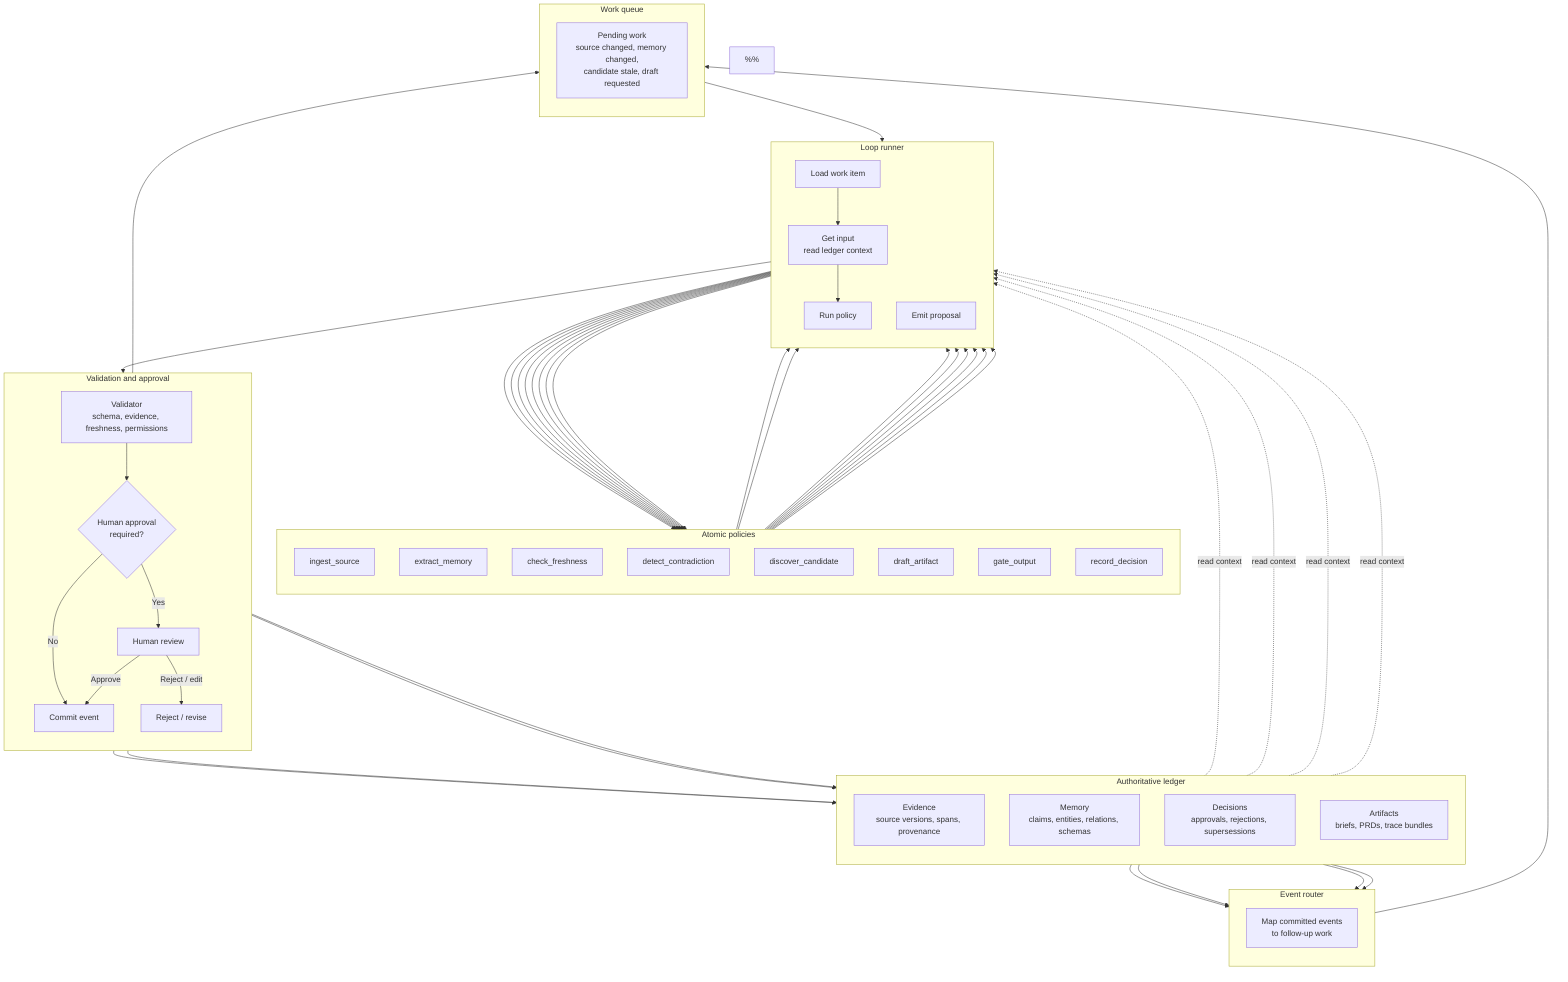
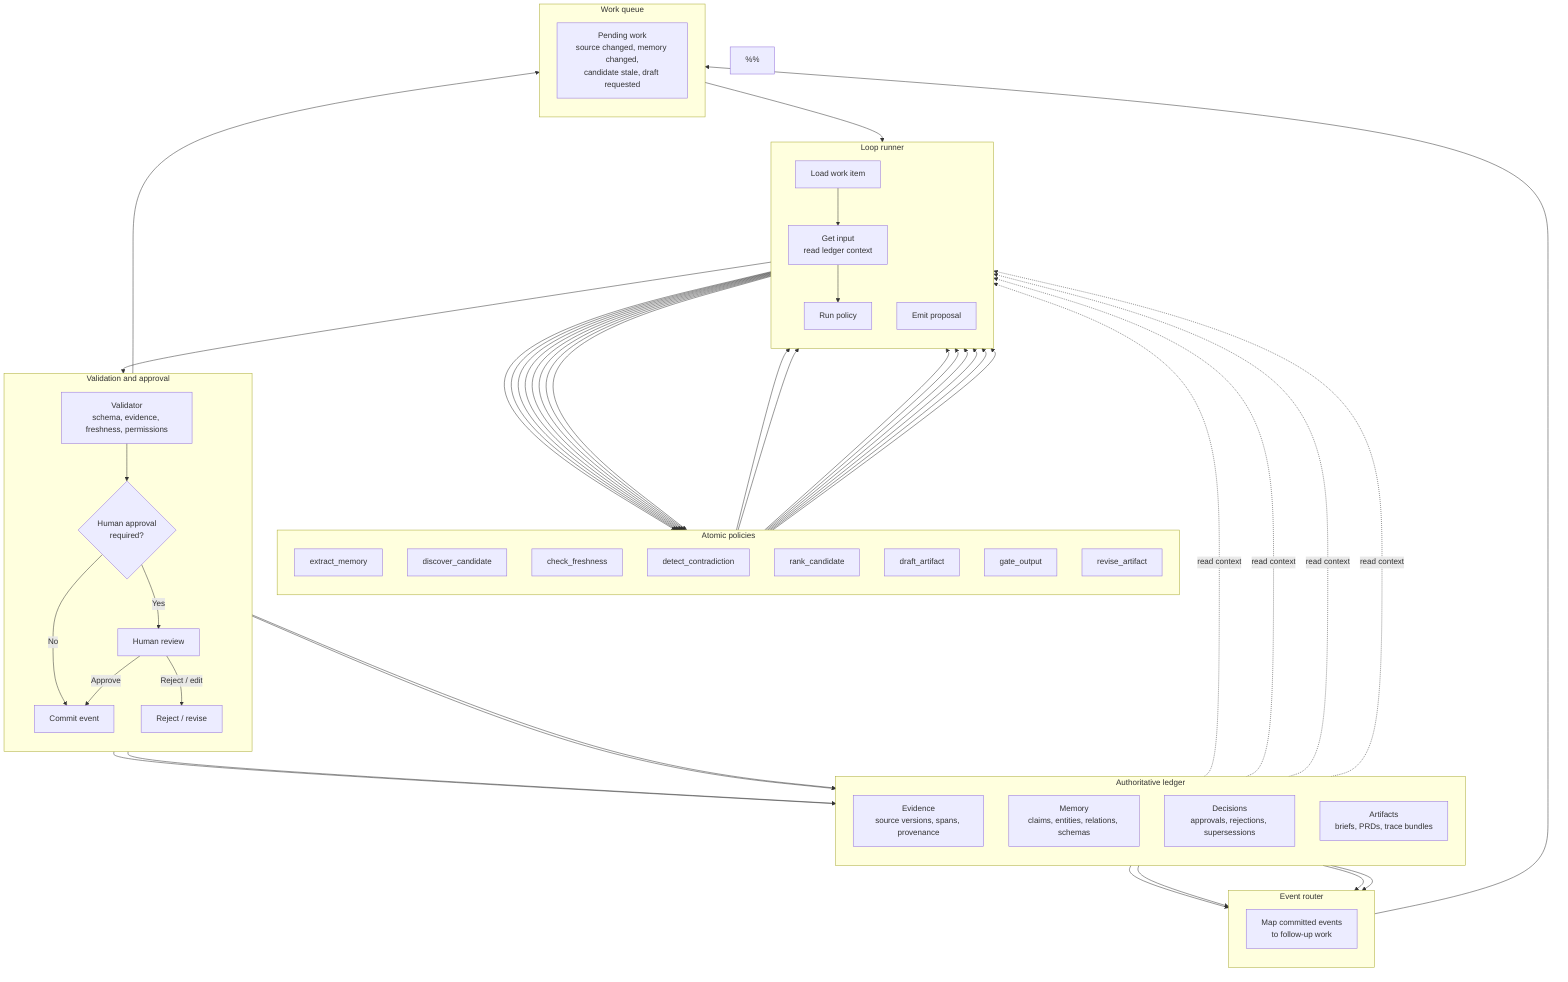
flowchart TB

%% =====================================================
%% DISTILLERY LOOP SYSTEM DIAGRAM
- %% Status: simplified architecture direction.
+ %% Status: simplified current architecture plus intended downstream loop.
%%
%% Idea: the system is a small fleet of homogeneous loops.
%% Committed ledger events route to pending work. A context loader
%% prepares typed policy input. Policy runners emit proposed events.
%% Validators and humans decide what becomes committed ledger state.
%% =====================================================

subgraph LEDGER["Authoritative ledger"]
  direction TB
  A["Evidence<br/>source versions, spans, provenance"]
  B["Memory<br/>claims, entities, relations, schemas"]
  C["Decisions<br/>approvals, rejections, supersessions"]
  D["Artifacts<br/>briefs, PRDs, trace bundles"]
end

subgraph RUNNER["Loop runner"]
  direction TB
  E["Load work item"]
  F["Get input<br/>read ledger context"]
  G["Run policy"]
  H["Emit proposal"]
end

subgraph ROUTER["Event router"]
  direction TB
  R["Map committed events<br/>to follow-up work"]
end

subgraph POLICIES["Atomic policies"]
  direction TB
-   P1["ingest_source"]
-   P2["extract_memory"]
+   P1["extract_memory"]
+   P2["discover_candidate"]
  P3["check_freshness"]
  P4["detect_contradiction"]
-   P5["discover_candidate"]
+   P5["rank_candidate"]
  P6["draft_artifact"]
  P7["gate_output"]
-   P8["record_decision"]
+   P8["revise_artifact"]
end

subgraph GATE["Validation and approval"]
  direction TB
  I["Validator<br/>schema, evidence, freshness, permissions"]
  J{"Human approval<br/>required?"}
  K["Human review"]
  L["Commit event"]
  M["Reject / revise"]
end

subgraph QUEUE["Work queue"]
  direction TB
  Q["Pending work<br/>source changed, memory changed,<br/>candidate stale, draft requested"]
end

A -. "read context" .-> F
B -. "read context" .-> F
C -. "read context" .-> F
D -. "read context" .-> F

A --> R
B --> R
C --> R
D --> R
R --> Q

Q --> E
E --> F
F --> G

G --> P1
G --> P2
G --> P3
G --> P4
G --> P5
G --> P6
G --> P7
G --> P8

P1 --> H
P2 --> H
P3 --> H
P4 --> H
P5 --> H
P6 --> H
P7 --> H
P8 --> H

H --> I
I --> J
J -->|"No"| L
J -->|"Yes"| K
K -->|"Approve"| L
K -->|"Reject / edit"| M

M --> Q
L --> A
L --> B
L --> C
L --> D
